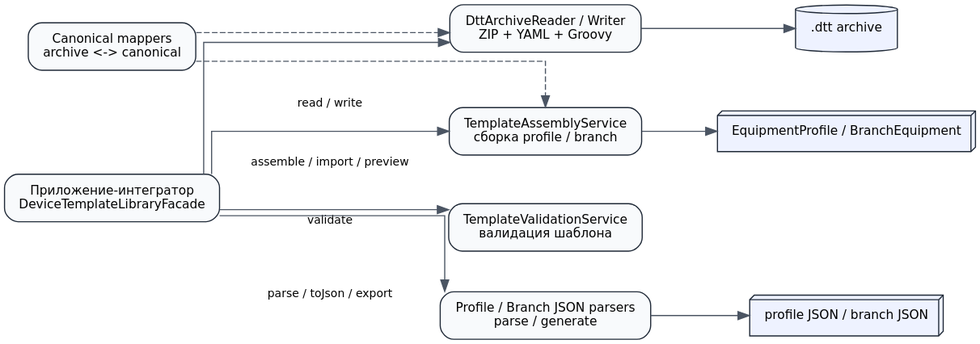
psokolov25/DeviceTypesImportExport keeps this PlantUML diagram as docs/plantuml/svg/01-library-architecture.svg. Above is the earlier version. Its source is kept beside it as docs/plantuml/01-library-architecture.puml. Its diagram source:
```plantuml
@startuml
skinparam backgroundColor white
skinparam componentStyle rectangle
skinparam shadowing false
skinparam defaultTextAlignment center
skinparam ArrowColor #4b5563
skinparam ComponentBorderColor #1f2937
skinparam ComponentBackgroundColor #f8fafc
skinparam DatabaseBorderColor #1f2937
skinparam DatabaseBackgroundColor #eef2ff

title Архитектура библиотеки DeviceTypesImportExport

package "Приложение-интегратор" {
  [DeviceTemplateLibraryFacade]
как Facade
}

package "device-template-library" {
  [DttArchiveReader/Writer]
ZIP + YAML + Groovy
  [TemplateValidationService]
валидация шаблона
  [TemplateAssemblyService]
сборка profile/branch
  [Profile/Branch JSON Parsers]
parse/generate JSON
  [Canonical mappers]
archive <-> canonical <-> projection
}

database "DTT archive" as DTT
collections "EquipmentProfile / BranchEquipment" as MODELS
collections "profile JSON / branch JSON" as JSON

[DeviceTemplateLibraryFacade]
как Facade --> [DttArchiveReader/Writer]
ZIP + YAML + Groovy : read/write DTT
[DeviceTemplateLibraryFacade]
как Facade --> [TemplateValidationService]
валидация шаблона : validate
[DeviceTemplateLibraryFacade]
как Facade --> [TemplateAssemblyService]
сборка profile/branch : assemble/import/preview
[DeviceTemplateLibraryFacade]
как Facade --> [Profile/Branch JSON Parsers]
parse/generate JSON : parse/toJson/exportFromJson
[DttArchiveReader/Writer]
ZIP + YAML + Groovy --> DTT
[TemplateAssemblyService]
сборка profile/branch --> MODELS
[Profile/Branch JSON Parsers]
parse/generate JSON --> JSON
[Canonical mappers]
archive <-> canonical <-> projection ..> [DttArchiveReader/Writer]
ZIP + YAML + Groovy
[Canonical mappers]
archive <-> canonical <-> projection ..> [TemplateAssemblyService]
сборка profile/branch
@enduml
```
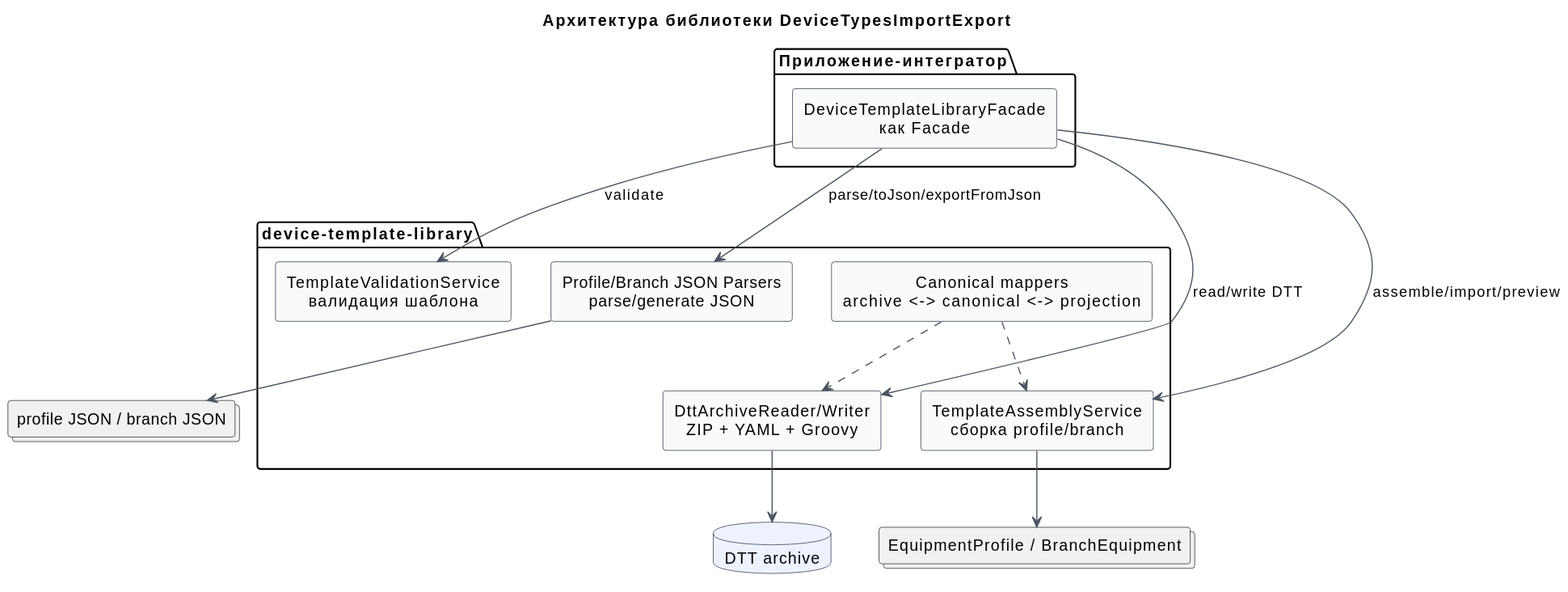
After the commit.

The edit, as a diff of the source:
```diff
@@ -12,49 +12,28 @@
 title Архитектура библиотеки DeviceTypesImportExport
 
 package "Приложение-интегратор" {
-  [DeviceTemplateLibraryFacade]
-как Facade
+  [DeviceTemplateLibraryFacade\nкак Facade] as Facade
 }
 
 package "device-template-library" {
-  [DttArchiveReader/Writer]
-ZIP + YAML + Groovy
-  [TemplateValidationService]
-валидация шаблона
-  [TemplateAssemblyService]
-сборка profile/branch
-  [Profile/Branch JSON Parsers]
-parse/generate JSON
-  [Canonical mappers]
-archive <-> canonical <-> projection
+  [DttArchiveReader/Writer\nZIP + YAML + Groovy] as Archive
+  [TemplateValidationService\nвалидация шаблона] as Validation
+  [TemplateAssemblyService\nсборка profile/branch] as Assembly
+  [Profile/Branch JSON Parsers\nparse/generate JSON] as Parsers
+  [Canonical mappers\narchive <-> canonical <-> projection] as Canonical
 }
 
 database "DTT archive" as DTT
 collections "EquipmentProfile / BranchEquipment" as MODELS
 collections "profile JSON / branch JSON" as JSON
 
-[DeviceTemplateLibraryFacade]
-как Facade --> [DttArchiveReader/Writer]
-ZIP + YAML + Groovy : read/write DTT
-[DeviceTemplateLibraryFacade]
-как Facade --> [TemplateValidationService]
-валидация шаблона : validate
-[DeviceTemplateLibraryFacade]
-как Facade --> [TemplateAssemblyService]
-сборка profile/branch : assemble/import/preview
-[DeviceTemplateLibraryFacade]
-как Facade --> [Profile/Branch JSON Parsers]
-parse/generate JSON : parse/toJson/exportFromJson
-[DttArchiveReader/Writer]
-ZIP + YAML + Groovy --> DTT
-[TemplateAssemblyService]
-сборка profile/branch --> MODELS
-[Profile/Branch JSON Parsers]
-parse/generate JSON --> JSON
-[Canonical mappers]
-archive <-> canonical <-> projection ..> [DttArchiveReader/Writer]
-ZIP + YAML + Groovy
-[Canonical mappers]
-archive <-> canonical <-> projection ..> [TemplateAssemblyService]
-сборка profile/branch
+Facade --> Archive : read/write DTT
+Facade --> Validation : validate
+Facade --> Assembly : assemble/import/preview
+Facade --> Parsers : parse/toJson/exportFromJson
+Archive --> DTT
+Assembly --> MODELS
+Parsers --> JSON
+Canonical ..> Archive
+Canonical ..> Assembly
 @enduml
```
